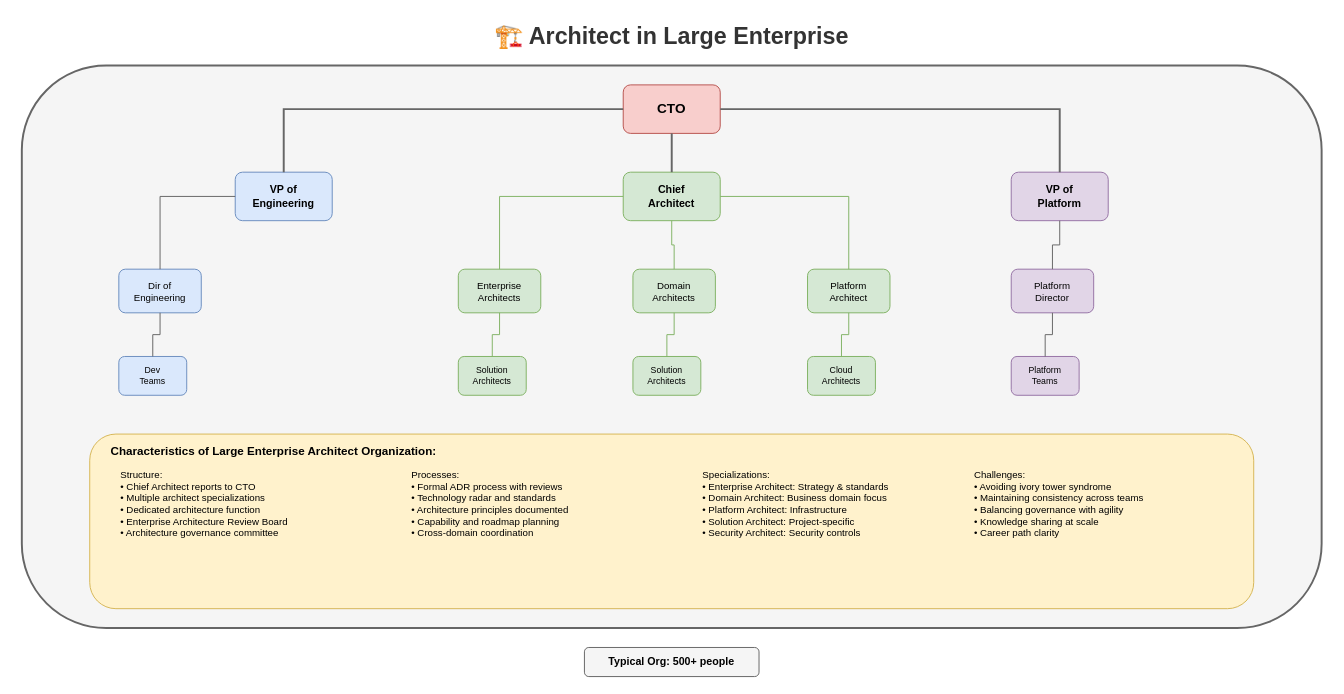
This is lesson-00-software-architect-overview/02-organizational-positioning/2.3-org-structure-large.drawio from MrParkerZ7/document-lesson-software-architect-x-claude, a draw.io file, before an edit. Source tidied: cells renumbered, new cells numbered last; positions are measured from the earlier drawing's top-left corner, leaving out a move shared by most shapes. Both pictures are drawn from the tidied source at 97%, with x=0, y=0 at pixel (21, 16).
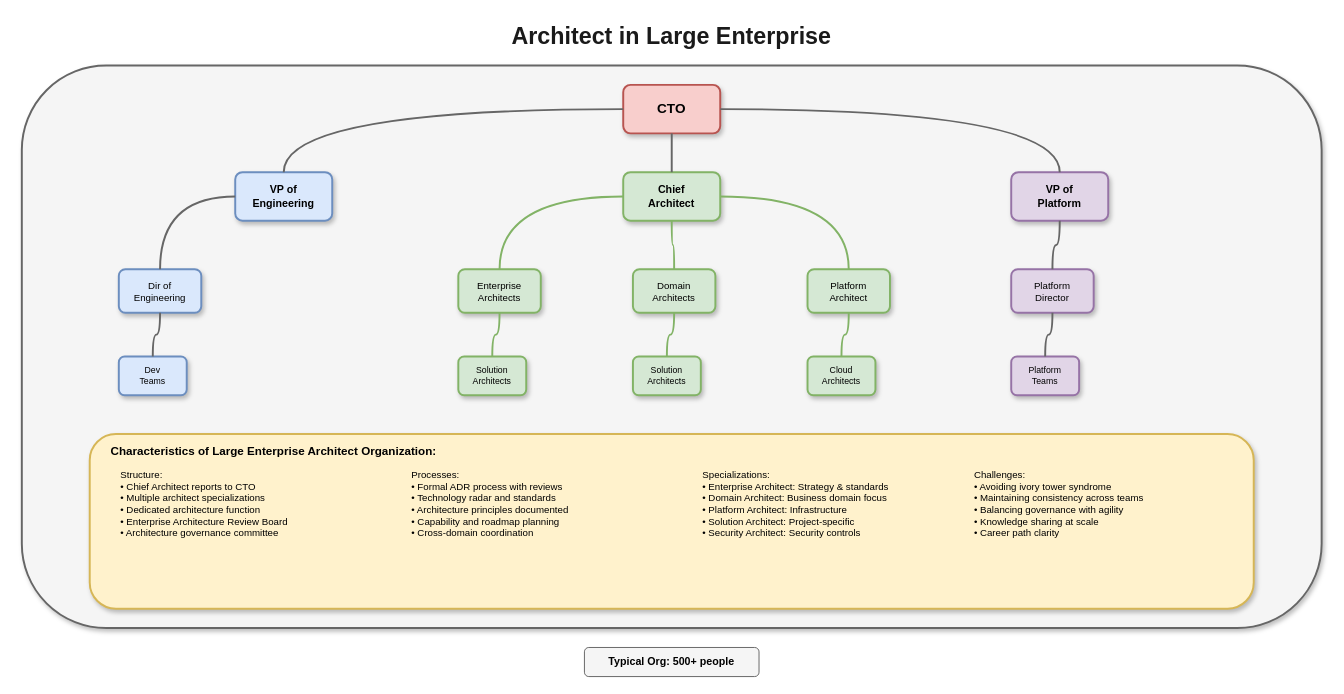
The same page after the edit.

Diff of the diagram source:
```diff
@@
-    <mxCell id="2" value="🏗️ Architect in Large Enterprise" style="text;html=1;strokeColor=none;fillColor=none;align=center;verticalAlign=middle;whiteSpace=wrap;rounded=0;fontSize=24;fontStyle=1;fontColor=#333333;" parent="1" vertex="1">
+    <mxCell id="2" value="Architect in Large Enterprise" style="text;html=1;strokeColor=none;fillColor=none;align=center;verticalAlign=middle;whiteSpace=wrap;rounded=0;fontSize=24;fontStyle=1;fontColor=#1a1a1a;" parent="1" vertex="1">
       <mxGeometry x="420" width="500" height="40" as="geometry" />
     </mxCell>
-    <mxCell id="3" style="rounded=1;whiteSpace=wrap;html=1;fillColor=#f5f5f5;strokeColor=#666666;strokeWidth=2;" parent="1" vertex="1">
+    <mxCell id="3" style="rounded=1;whiteSpace=wrap;html=1;fillColor=#f5f5f5;strokeColor=#666666;strokeWidth=2;shadow=1;" parent="1" vertex="1">
       <mxGeometry y="50" width="1340" height="580" as="geometry" />
     </mxCell>
-    <mxCell id="4" value="CTO" style="rounded=1;whiteSpace=wrap;html=1;fillColor=#f8cecc;strokeColor=#b85450;fontSize=14;fontStyle=1;" parent="1" vertex="1">
+    <mxCell id="4" value="CTO" style="rounded=1;whiteSpace=wrap;html=1;fillColor=#f8cecc;strokeColor=#b85450;fontSize=14;fontStyle=1;shadow=1;strokeWidth=2;" parent="1" vertex="1">
       <mxGeometry x="620" y="70" width="100" height="50" as="geometry" />
     </mxCell>
-    <mxCell id="5" value="VP of&#10;Engineering" style="rounded=1;whiteSpace=wrap;html=1;fillColor=#dae8fc;strokeColor=#6c8ebf;fontSize=11;fontStyle=1;" parent="1" vertex="1">
+    <mxCell id="5" value="VP of&#10;Engineering" style="rounded=1;whiteSpace=wrap;html=1;fillColor=#dae8fc;strokeColor=#6c8ebf;fontSize=11;fontStyle=1;shadow=1;strokeWidth=2;" parent="1" vertex="1">
       <mxGeometry x="220" y="160" width="100" height="50" as="geometry" />
     </mxCell>
-    <mxCell id="6" value="Chief&#10;Architect" style="rounded=1;whiteSpace=wrap;html=1;fillColor=#d5e8d4;strokeColor=#82b366;fontSize=11;fontStyle=1;" parent="1" vertex="1">
+    <mxCell id="6" value="Chief&#10;Architect" style="rounded=1;whiteSpace=wrap;html=1;fillColor=#d5e8d4;strokeColor=#82b366;fontSize=11;fontStyle=1;shadow=1;strokeWidth=2;" parent="1" vertex="1">
       <mxGeometry x="620" y="160" width="100" height="50" as="geometry" />
     </mxCell>
-    <mxCell id="7" value="VP of&#10;Platform" style="rounded=1;whiteSpace=wrap;html=1;fillColor=#e1d5e7;strokeColor=#9673a6;fontSize=11;fontStyle=1;" parent="1" vertex="1">
+    <mxCell id="7" value="VP of&#10;Platform" style="rounded=1;whiteSpace=wrap;html=1;fillColor=#e1d5e7;strokeColor=#9673a6;fontSize=11;fontStyle=1;shadow=1;strokeWidth=2;" parent="1" vertex="1">
       <mxGeometry x="1020" y="160" width="100" height="50" as="geometry" />
     </mxCell>
-    <mxCell id="8" style="edgeStyle=orthogonalEdgeStyle;rounded=0;html=1;strokeColor=#666666;strokeWidth=2;endArrow=none;" parent="1" edge="1" source="4" target="5">
+    <mxCell id="8" style="edgeStyle=orthogonalEdgeStyle;curved=1;rounded=1;html=1;strokeColor=#666666;strokeWidth=2;endArrow=none;jumpStyle=arc;jumpSize=10;" parent="1" edge="1" source="4" target="5">
       <mxGeometry relative="1" as="geometry" />
     </mxCell>
-    <mxCell id="9" style="edgeStyle=orthogonalEdgeStyle;rounded=0;html=1;strokeColor=#666666;strokeWidth=2;endArrow=none;" parent="1" edge="1" source="4" target="6">
+    <mxCell id="9" style="edgeStyle=orthogonalEdgeStyle;curved=1;rounded=1;html=1;strokeColor=#666666;strokeWidth=2;endArrow=none;jumpStyle=arc;jumpSize=10;" parent="1" edge="1" source="4" target="6">
       <mxGeometry relative="1" as="geometry" />
     </mxCell>
-    <mxCell id="10" style="edgeStyle=orthogonalEdgeStyle;rounded=0;html=1;strokeColor=#666666;strokeWidth=2;endArrow=none;" parent="1" edge="1" source="4" target="7">
+    <mxCell id="10" style="edgeStyle=orthogonalEdgeStyle;curved=1;rounded=1;html=1;strokeColor=#666666;strokeWidth=2;endArrow=none;jumpStyle=arc;jumpSize=10;" parent="1" edge="1" source="4" target="7">
       <mxGeometry relative="1" as="geometry" />
     </mxCell>
-    <mxCell id="11" value="Dir of&#10;Engineering" style="rounded=1;whiteSpace=wrap;html=1;fillColor=#dae8fc;strokeColor=#6c8ebf;fontSize=10;" parent="1" vertex="1">
+    <mxCell id="11" value="Dir of&#10;Engineering" style="rounded=1;whiteSpace=wrap;html=1;fillColor=#dae8fc;strokeColor=#6c8ebf;fontSize=10;shadow=1;strokeWidth=2;" parent="1" vertex="1">
       <mxGeometry x="100" y="260" width="85" height="45" as="geometry" />
     </mxCell>
-    <mxCell id="12" value="Enterprise&#10;Architects" style="rounded=1;whiteSpace=wrap;html=1;fillColor=#d5e8d4;strokeColor=#82b366;fontSize=10;" parent="1" vertex="1">
+    <mxCell id="12" value="Enterprise&#10;Architects" style="rounded=1;whiteSpace=wrap;html=1;fillColor=#d5e8d4;strokeColor=#82b366;fontSize=10;shadow=1;strokeWidth=2;" parent="1" vertex="1">
       <mxGeometry x="450" y="260" width="85" height="45" as="geometry" />
     </mxCell>
-    <mxCell id="13" value="Domain&#10;Architects" style="rounded=1;whiteSpace=wrap;html=1;fillColor=#d5e8d4;strokeColor=#82b366;fontSize=10;" parent="1" vertex="1">
+    <mxCell id="13" value="Domain&#10;Architects" style="rounded=1;whiteSpace=wrap;html=1;fillColor=#d5e8d4;strokeColor=#82b366;fontSize=10;shadow=1;strokeWidth=2;" parent="1" vertex="1">
       <mxGeometry x="630" y="260" width="85" height="45" as="geometry" />
     </mxCell>
-    <mxCell id="14" value="Platform&#10;Architect" style="rounded=1;whiteSpace=wrap;html=1;fillColor=#d5e8d4;strokeColor=#82b366;fontSize=10;" parent="1" vertex="1">
+    <mxCell id="14" value="Platform&#10;Architect" style="rounded=1;whiteSpace=wrap;html=1;fillColor=#d5e8d4;strokeColor=#82b366;fontSize=10;shadow=1;strokeWidth=2;" parent="1" vertex="1">
       <mxGeometry x="810" y="260" width="85" height="45" as="geometry" />
     </mxCell>
-    <mxCell id="15" style="edgeStyle=orthogonalEdgeStyle;rounded=0;html=1;strokeColor=#666666;strokeWidth=1;endArrow=none;" parent="1" edge="1" source="5" target="11">
+    <mxCell id="15" style="edgeStyle=orthogonalEdgeStyle;curved=1;rounded=1;html=1;strokeColor=#666666;strokeWidth=2;endArrow=none;jumpStyle=arc;jumpSize=10;" parent="1" edge="1" source="5" target="11">
       <mxGeometry relative="1" as="geometry" />
     </mxCell>
-    <mxCell id="16" style="edgeStyle=orthogonalEdgeStyle;rounded=0;html=1;strokeColor=#82b366;strokeWidth=1;endArrow=none;" parent="1" edge="1" source="6" target="12">
+    <mxCell id="16" style="edgeStyle=orthogonalEdgeStyle;curved=1;rounded=1;html=1;strokeColor=#82b366;strokeWidth=2;endArrow=none;jumpStyle=arc;jumpSize=10;" parent="1" edge="1" source="6" target="12">
       <mxGeometry relative="1" as="geometry" />
     </mxCell>
-    <mxCell id="17" style="edgeStyle=orthogonalEdgeStyle;rounded=0;html=1;strokeColor=#82b366;strokeWidth=1;endArrow=none;" parent="1" edge="1" source="6" target="13">
+    <mxCell id="17" style="edgeStyle=orthogonalEdgeStyle;curved=1;rounded=1;html=1;strokeColor=#82b366;strokeWidth=2;endArrow=none;jumpStyle=arc;jumpSize=10;" parent="1" edge="1" source="6" target="13">
       <mxGeometry relative="1" as="geometry" />
     </mxCell>
-    <mxCell id="18" style="edgeStyle=orthogonalEdgeStyle;rounded=0;html=1;strokeColor=#82b366;strokeWidth=1;endArrow=none;" parent="1" edge="1" source="6" target="14">
+    <mxCell id="18" style="edgeStyle=orthogonalEdgeStyle;curved=1;rounded=1;html=1;strokeColor=#82b366;strokeWidth=2;endArrow=none;jumpStyle=arc;jumpSize=10;" parent="1" edge="1" source="6" target="14">
       <mxGeometry relative="1" as="geometry" />
     </mxCell>
-    <mxCell id="19" value="Dev&#10;Teams" style="rounded=1;whiteSpace=wrap;html=1;fillColor=#dae8fc;strokeColor=#6c8ebf;fontSize=9;" parent="1" vertex="1">
+    <mxCell id="19" value="Dev&#10;Teams" style="rounded=1;whiteSpace=wrap;html=1;fillColor=#dae8fc;strokeColor=#6c8ebf;fontSize=9;shadow=1;strokeWidth=2;" parent="1" vertex="1">
       <mxGeometry x="100" y="350" width="70" height="40" as="geometry" />
     </mxCell>
-    <mxCell id="20" value="Solution&#10;Architects" style="rounded=1;whiteSpace=wrap;html=1;fillColor=#d5e8d4;strokeColor=#82b366;fontSize=9;" parent="1" vertex="1">
+    <mxCell id="20" value="Solution&#10;Architects" style="rounded=1;whiteSpace=wrap;html=1;fillColor=#d5e8d4;strokeColor=#82b366;fontSize=9;shadow=1;strokeWidth=2;" parent="1" vertex="1">
       <mxGeometry x="450" y="350" width="70" height="40" as="geometry" />
     </mxCell>
-    <mxCell id="21" value="Solution&#10;Architects" style="rounded=1;whiteSpace=wrap;html=1;fillColor=#d5e8d4;strokeColor=#82b366;fontSize=9;" parent="1" vertex="1">
+    <mxCell id="21" value="Solution&#10;Architects" style="rounded=1;whiteSpace=wrap;html=1;fillColor=#d5e8d4;strokeColor=#82b366;fontSize=9;shadow=1;strokeWidth=2;" parent="1" vertex="1">
       <mxGeometry x="630" y="350" width="70" height="40" as="geometry" />
     </mxCell>
-    <mxCell id="22" value="Cloud&#10;Architects" style="rounded=1;whiteSpace=wrap;html=1;fillColor=#d5e8d4;strokeColor=#82b366;fontSize=9;" parent="1" vertex="1">
+    <mxCell id="22" value="Cloud&#10;Architects" style="rounded=1;whiteSpace=wrap;html=1;fillColor=#d5e8d4;strokeColor=#82b366;fontSize=9;shadow=1;strokeWidth=2;" parent="1" vertex="1">
       <mxGeometry x="810" y="350" width="70" height="40" as="geometry" />
     </mxCell>
-    <mxCell id="23" value="Platform&#10;Director" style="rounded=1;whiteSpace=wrap;html=1;fillColor=#e1d5e7;strokeColor=#9673a6;fontSize=10;" parent="1" vertex="1">
+    <mxCell id="23" value="Platform&#10;Director" style="rounded=1;whiteSpace=wrap;html=1;fillColor=#e1d5e7;strokeColor=#9673a6;fontSize=10;shadow=1;strokeWidth=2;" parent="1" vertex="1">
       <mxGeometry x="1020" y="260" width="85" height="45" as="geometry" />
     </mxCell>
-    <mxCell id="24" style="edgeStyle=orthogonalEdgeStyle;rounded=0;html=1;strokeColor=#666666;strokeWidth=1;endArrow=none;" parent="1" edge="1" source="7" target="23">
+    <mxCell id="24" style="edgeStyle=orthogonalEdgeStyle;curved=1;rounded=1;html=1;strokeColor=#666666;strokeWidth=2;endArrow=none;jumpStyle=arc;jumpSize=10;" parent="1" edge="1" source="7" target="23">
       <mxGeometry relative="1" as="geometry" />
     </mxCell>
-    <mxCell id="25" value="Platform&#10;Teams" style="rounded=1;whiteSpace=wrap;html=1;fillColor=#e1d5e7;strokeColor=#9673a6;fontSize=9;" parent="1" vertex="1">
+    <mxCell id="25" value="Platform&#10;Teams" style="rounded=1;whiteSpace=wrap;html=1;fillColor=#e1d5e7;strokeColor=#9673a6;fontSize=9;shadow=1;strokeWidth=2;" parent="1" vertex="1">
       <mxGeometry x="1020" y="350" width="70" height="40" as="geometry" />
     </mxCell>
-    <mxCell id="26" style="edgeStyle=orthogonalEdgeStyle;rounded=0;html=1;strokeColor=#666666;strokeWidth=1;endArrow=none;" parent="1" edge="1" source="11" target="19">
+    <mxCell id="26" style="edgeStyle=orthogonalEdgeStyle;curved=1;rounded=1;html=1;strokeColor=#666666;strokeWidth=2;endArrow=none;jumpStyle=arc;jumpSize=10;" parent="1" edge="1" source="11" target="19">
       <mxGeometry relative="1" as="geometry" />
     </mxCell>
-    <mxCell id="27" style="edgeStyle=orthogonalEdgeStyle;rounded=0;html=1;strokeColor=#82b366;strokeWidth=1;endArrow=none;" parent="1" edge="1" source="12" target="20">
+    <mxCell id="27" style="edgeStyle=orthogonalEdgeStyle;curved=1;rounded=1;html=1;strokeColor=#82b366;strokeWidth=2;endArrow=none;jumpStyle=arc;jumpSize=10;" parent="1" edge="1" source="12" target="20">
       <mxGeometry relative="1" as="geometry" />
     </mxCell>
-    <mxCell id="28" style="edgeStyle=orthogonalEdgeStyle;rounded=0;html=1;strokeColor=#82b366;strokeWidth=1;endArrow=none;" parent="1" edge="1" source="13" target="21">
+    <mxCell id="28" style="edgeStyle=orthogonalEdgeStyle;curved=1;rounded=1;html=1;strokeColor=#82b366;strokeWidth=2;endArrow=none;jumpStyle=arc;jumpSize=10;" parent="1" edge="1" source="13" target="21">
       <mxGeometry relative="1" as="geometry" />
     </mxCell>
-    <mxCell id="29" style="edgeStyle=orthogonalEdgeStyle;rounded=0;html=1;strokeColor=#82b366;strokeWidth=1;endArrow=none;" parent="1" edge="1" source="14" target="22">
+    <mxCell id="29" style="edgeStyle=orthogonalEdgeStyle;curved=1;rounded=1;html=1;strokeColor=#82b366;strokeWidth=2;endArrow=none;jumpStyle=arc;jumpSize=10;" parent="1" edge="1" source="14" target="22">
       <mxGeometry relative="1" as="geometry" />
     </mxCell>
-    <mxCell id="30" style="edgeStyle=orthogonalEdgeStyle;rounded=0;html=1;strokeColor=#666666;strokeWidth=1;endArrow=none;" parent="1" edge="1" source="23" target="25">
+    <mxCell id="30" style="edgeStyle=orthogonalEdgeStyle;curved=1;rounded=1;html=1;strokeColor=#666666;strokeWidth=2;endArrow=none;jumpStyle=arc;jumpSize=10;" parent="1" edge="1" source="23" target="25">
       <mxGeometry relative="1" as="geometry" />
     </mxCell>
-    <mxCell id="31" style="rounded=1;whiteSpace=wrap;html=1;fillColor=#fff2cc;strokeColor=#d6b656;strokeWidth=1;" parent="1" vertex="1">
+    <mxCell id="31" style="rounded=1;whiteSpace=wrap;html=1;fillColor=#fff2cc;strokeColor=#d6b656;strokeWidth=2;shadow=1;" parent="1" vertex="1">
       <mxGeometry x="70" y="430" width="1200" height="180" as="geometry" />
     </mxCell>
```
